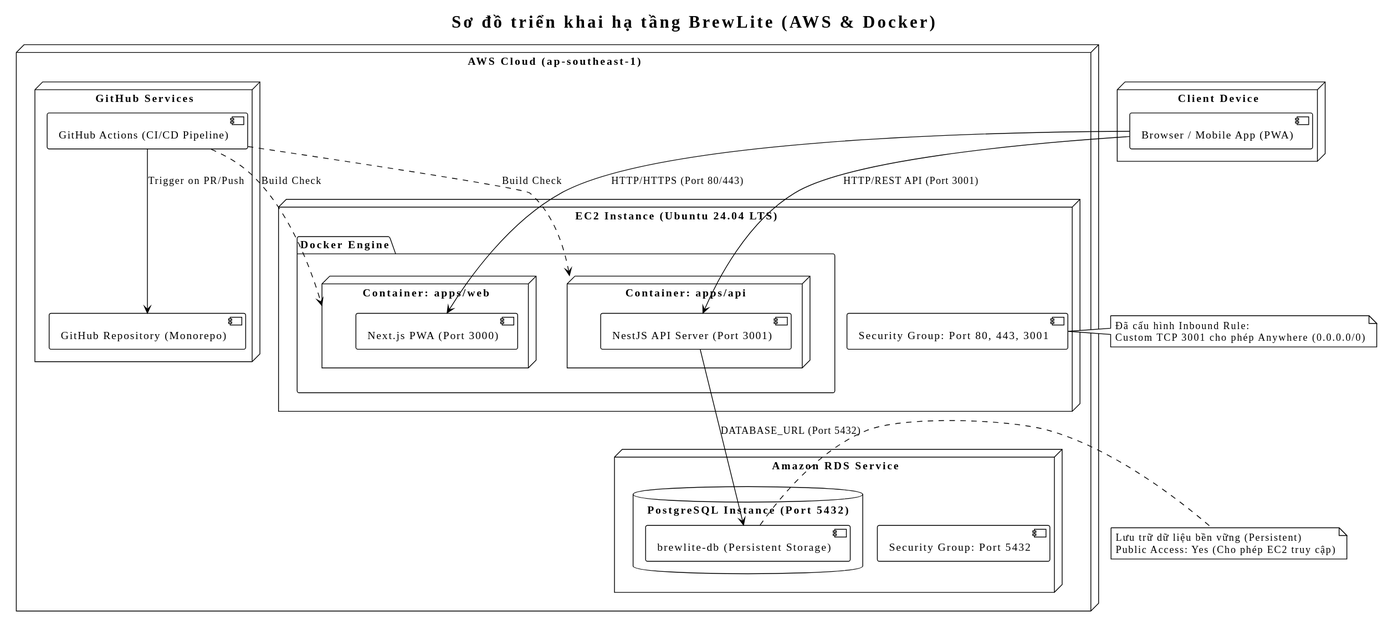
This is docs/diagrams/deployment-diagram.svg from phuhoangcong333/brewlite-assignment2, a PlantUML export, as it was before one commit. Its diagram source:
```plantuml
@startuml
!theme plain
top to bottom direction

title Sơ đồ triển khai hạ tầng BrewLite (AWS & Docker)

node "Client Device" {
  [Browser / Mobile App (PWA)] as ClientApp
}

node "AWS Cloud (ap-southeast-1)" {

  node "EC2 Instance (Ubuntu 24.04 LTS)" as EC2 {
    folder "Docker Engine" {
      node "Container: apps/web" as WebContainer {
        [Next.js PWA (Port 3000)] as NextServer
      }

      node "Container: apps/api" as ApiContainer {
        [NestJS API Server (Port 3001)] as NestApi
      }
    }

    [Security Group: Port 80, 443, 3001] as EC2SecGroup
  }

  node "Amazon RDS Service" as RDSNode {
    database "PostgreSQL Instance (Port 5432)" as DBInstance {
      [brewlite-db (Persistent Storage)] as PostgresDB
    }
    [Security Group: Port 5432] as RDSSecGroup
  }

  node "GitHub Services" as GitHubCloud {
    [GitHub Repository (Monorepo)] as Repo
    [GitHub Actions (CI/CD Pipeline)] as Pipeline
  }
}

ClientApp --> NextServer : HTTP/HTTPS (Port 80/443)
ClientApp --> NestApi : HTTP/REST API (Port 3001)
NestApi --> PostgresDB : DATABASE_URL (Port 5432)
Pipeline --> Repo : Trigger on PR/Push
Pipeline ..> WebContainer : Build Check
Pipeline ..> ApiContainer : Build Check

note right of EC2SecGroup
  Đã cấu hình Inbound Rule:
  Custom TCP 3001 cho phép Anywhere (0.0.0.0/0)
end note

note right of PostgresDB
  Lưu trữ dữ liệu bền vững (Persistent)
  Public Access: Yes (Cho phép EC2 truy cập)
end note
@enduml
```
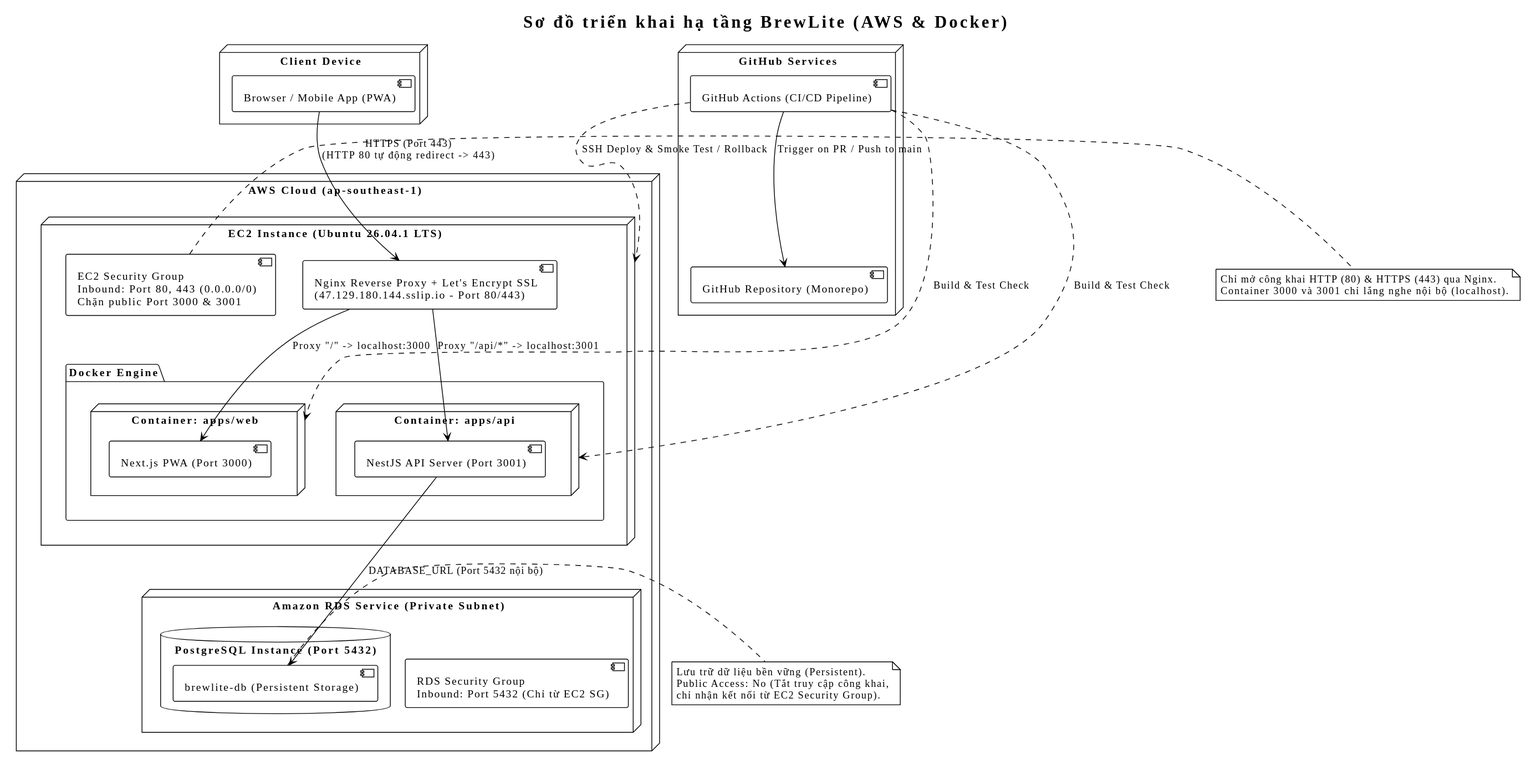
Later version of the same file.

Commit message:
docs: update deployment diagram

Change to the diagram source:
```diff
@@ -8,9 +8,16 @@
   [Browser / Mobile App (PWA)] as ClientApp
 }
 
+node "GitHub Services" as GitHubCloud {
+  [GitHub Repository (Monorepo)] as Repo
+  [GitHub Actions (CI/CD Pipeline)] as Pipeline
+}
+
 node "AWS Cloud (ap-southeast-1)" {
 
-  node "EC2 Instance (Ubuntu 24.04 LTS)" as EC2 {
+  node "EC2 Instance (Ubuntu 26.04.1 LTS)" as EC2 {
+    [Nginx Reverse Proxy + Let's Encrypt SSL\n(47.129.180.144.sslip.io - Port 80/443)] as Nginx
+
     folder "Docker Engine" {
       node "Container: apps/web" as WebContainer {
         [Next.js PWA (Port 3000)] as NextServer
@@ -21,36 +28,35 @@
       }
     }
 
-    [Security Group: Port 80, 443, 3001] as EC2SecGroup
+    [EC2 Security Group\nInbound: Port 80, 443 (0.0.0.0/0)\nChặn public Port 3000 & 3001] as EC2SecGroup
   }
 
-  node "Amazon RDS Service" as RDSNode {
+  node "Amazon RDS Service (Private Subnet)" as RDSNode {
     database "PostgreSQL Instance (Port 5432)" as DBInstance {
       [brewlite-db (Persistent Storage)] as PostgresDB
     }
-    [Security Group: Port 5432] as RDSSecGroup
-  }
-
-  node "GitHub Services" as GitHubCloud {
-    [GitHub Repository (Monorepo)] as Repo
-    [GitHub Actions (CI/CD Pipeline)] as Pipeline
+    [RDS Security Group\nInbound: Port 5432 (Chỉ từ EC2 SG)] as RDSSecGroup
   }
 }
 
-ClientApp --> NextServer : HTTP/HTTPS (Port 80/443)
-ClientApp --> NestApi : HTTP/REST API (Port 3001)
-NestApi --> PostgresDB : DATABASE_URL (Port 5432)
-Pipeline --> Repo : Trigger on PR/Push
-Pipeline ..> WebContainer : Build Check
-Pipeline ..> ApiContainer : Build Check
+ClientApp --> Nginx : HTTPS (Port 443)\n(HTTP 80 tự động redirect -> 443)
+Nginx --> NextServer : Proxy "/" -> localhost:3000
+Nginx --> NestApi : Proxy "/api/*" -> localhost:3001
+NestApi --> PostgresDB : DATABASE_URL (Port 5432 nội bộ)
+
+Pipeline --> Repo : Trigger on PR / Push to main
+Pipeline ..> WebContainer : Build & Test Check
+Pipeline ..> ApiContainer : Build & Test Check
+Pipeline ..> EC2 : SSH Deploy & Smoke Test / Rollback
 
 note right of EC2SecGroup
-  Đã cấu hình Inbound Rule:
-  Custom TCP 3001 cho phép Anywhere (0.0.0.0/0)
+  Chỉ mở công khai HTTP (80) & HTTPS (443) qua Nginx.
+  Container 3000 và 3001 chỉ lắng nghe nội bộ (localhost).
 end note
 
 note right of PostgresDB
-  Lưu trữ dữ liệu bền vững (Persistent)
-  Public Access: Yes (Cho phép EC2 truy cập)
+  Lưu trữ dữ liệu bền vững (Persistent).
+  Public Access: No (Tắt truy cập công khai,
+  chỉ nhận kết nối từ EC2 Security Group).
 end note
 @enduml
```
